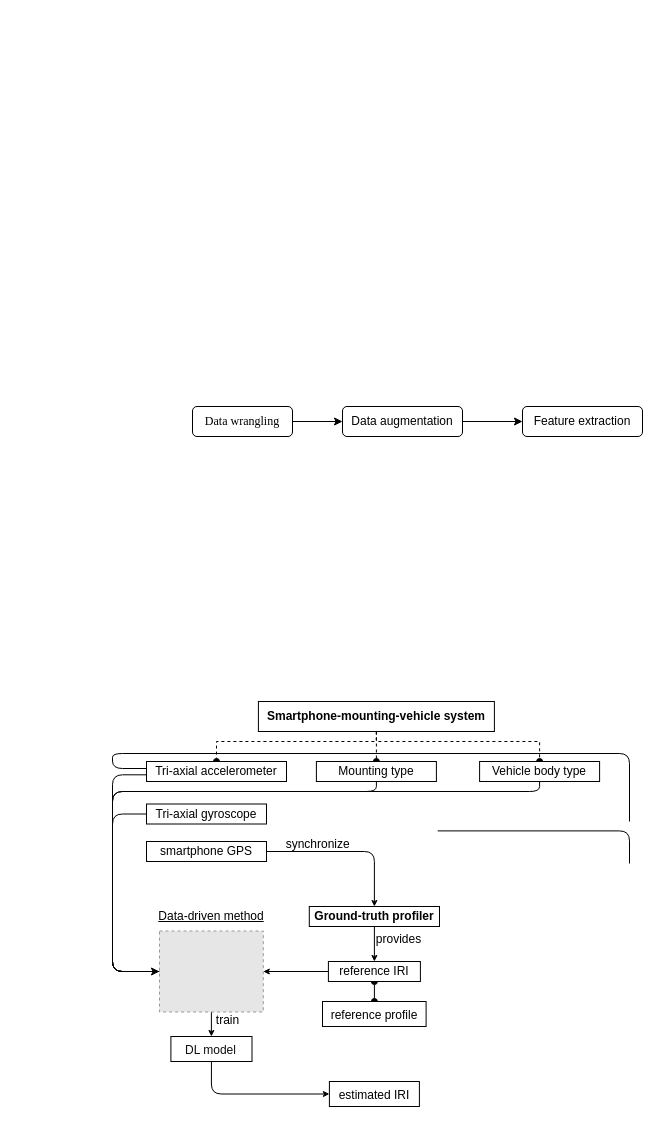
This is flowchart.drawio from qyu38/DL-paper, a draw.io file, before an edit. Source tidied: cells renumbered, new cells numbered last; positions are measured from the earlier drawing's top-left corner, leaving out a move shared by most shapes. Both pictures are drawn from the tidied source at 100%, with x=0, y=0 at pixel (112, 406). Pictures stored in the file or linked from it are replaced by grey dashed boxes.
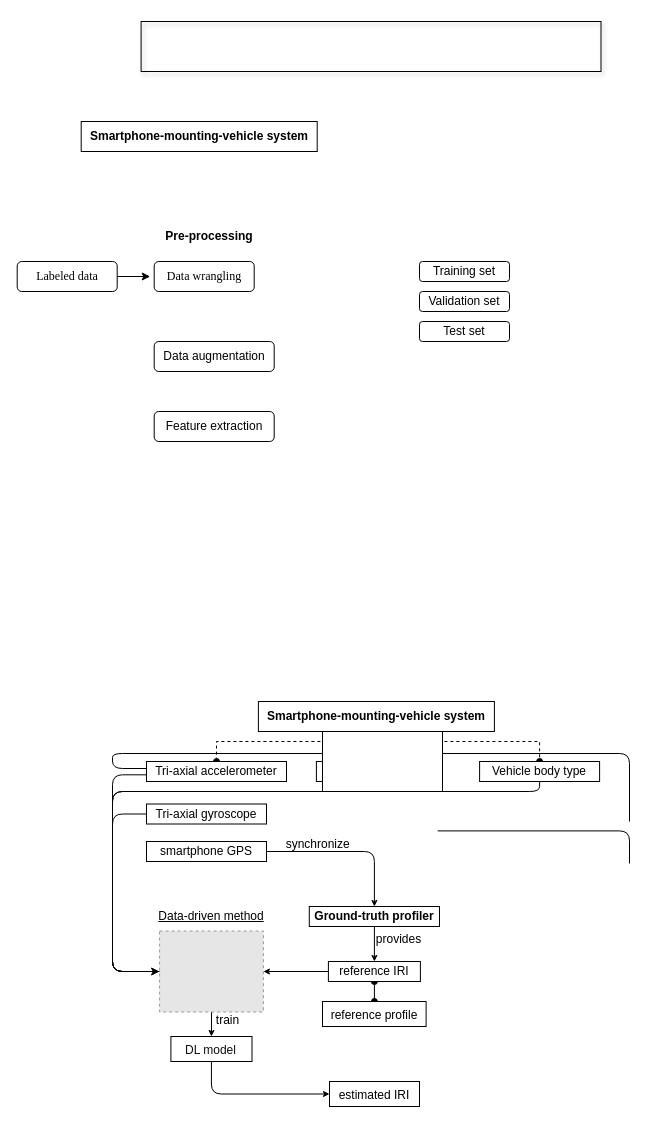
After the change.

Diff of the diagram source:
```diff
@@
-    <mxCell id="2" style="edgeStyle=orthogonalEdgeStyle;rounded=0;jettySize=auto;html=1;" parent="1" edge="1" source="3" target="5">
-      <mxGeometry relative="1" as="geometry" />
-    </mxCell>
+    <mxCell id="38" style="edgeStyle=orthogonalEdgeStyle;rounded=0;jettySize=auto;html=1;exitX=1;exitY=0.5;exitDx=0;exitDy=0;entryX=-0.04;entryY=0.492;entryDx=0;entryDy=0;entryPerimeter=0;" parent="1" edge="1" source="43" target="3">
+      <mxGeometry relative="1" as="geometry" />
+    </mxCell>
     <mxCell id="3" value="&lt;font face=&quot;Times New Roman&quot;&gt;Data wrangling&lt;/font&gt;" style="rounded=1;whiteSpace=wrap;html=1;" parent="1" vertex="1">
-      <mxGeometry x="80" width="100" height="30" as="geometry" />
+      <mxGeometry x="41.7" y="-145" width="100" height="30" as="geometry" />
     </mxCell>
-    <mxCell id="4" style="edgeStyle=orthogonalEdgeStyle;rounded=0;jettySize=auto;html=1;" parent="1" edge="1" source="5" target="6">
-      <mxGeometry relative="1" as="geometry" />
-    </mxCell>
     <mxCell id="5" value="Data augmentation" style="whiteSpace=wrap;html=1;rounded=1;" parent="1" vertex="1">
-      <mxGeometry x="230" width="120" height="30" as="geometry" />
+      <mxGeometry x="41.7" y="-65" width="120" height="30" as="geometry" />
     </mxCell>
     <mxCell id="6" value="Feature extraction" style="whiteSpace=wrap;html=1;rounded=1;" parent="1" vertex="1">
-      <mxGeometry x="410" width="120" height="30" as="geometry" />
+      <mxGeometry x="41.7" y="5" width="120" height="30" as="geometry" />
     </mxCell>
@@
     <mxCell id="25" value="Data-driven method" style="rounded=0;whiteSpace=wrap;html=1;strokeColor=none;fontStyle=4;opacity=0;" parent="1" vertex="1">
-      <mxGeometry x="33.9" y="495" width="130" height="30" as="geometry" />
+      <mxGeometry x="34" y="495" width="130" height="30" as="geometry" />
     </mxCell>
@@
     <mxCell id="27" style="fillColor=#E6E6E6;strokeColor=#999999;dashed=1;verticalLabelPosition=bottom;labelBackgroundColor=default;verticalAlign=top;fontColor=#E3E3E3;" parent="1" vertex="1">
-      <mxGeometry x="47" y="524.5" width="103.8" height="81" as="geometry" />
+      <mxGeometry x="47.1" y="524.5" width="103.8" height="81" as="geometry" />
     </mxCell>
@@
     <mxCell id="35" value="estimated IRI" style="whiteSpace=wrap;html=1;verticalAlign=top;labelBackgroundColor=default;" parent="1" vertex="1">
-      <mxGeometry x="216.9" y="675" width="90" height="25" as="geometry" />
+      <mxGeometry x="217" y="675" width="90" height="25" as="geometry" />
     </mxCell>
@@
+    <mxCell id="39" value="&lt;b&gt;Smartphone-mounting-vehicle system&lt;/b&gt;" style="rounded=0;whiteSpace=wrap;html=1;strokeColor=default;" parent="1" vertex="1">
+      <mxGeometry x="-31.3" y="-285" width="236" height="30" as="geometry" />
+    </mxCell>
+    <mxCell id="40" value="&lt;b&gt;Pre-processing&lt;/b&gt;" style="rounded=0;whiteSpace=wrap;html=1;strokeColor=none;fillColor=none;" parent="1" vertex="1">
+      <mxGeometry x="34.9" y="-185" width="123.8" height="30" as="geometry" />
+    </mxCell>
+    <mxCell id="41" style="rounded=0;whiteSpace=wrap;html=1;gradientColor=none;shadow=1;fillColor=none;" parent="1" vertex="1">
+      <mxGeometry x="28.6" y="-385" width="459.9" height="50" as="geometry" />
+    </mxCell>
+    <mxCell id="42" style="rounded=0;whiteSpace=wrap;html=1;" parent="1" vertex="1">
+      <mxGeometry x="210" y="325" width="120" height="60" as="geometry" />
+    </mxCell>
+    <mxCell id="43" value="&lt;font face=&quot;Times New Roman&quot;&gt;Labeled data&lt;/font&gt;" style="rounded=1;whiteSpace=wrap;html=1;" parent="1" vertex="1">
+      <mxGeometry x="-95.3" y="-145" width="100" height="30" as="geometry" />
+    </mxCell>
+    <mxCell id="44" value="Training set" style="whiteSpace=wrap;html=1;rounded=1;" parent="1" vertex="1">
+      <mxGeometry x="307" y="-145" width="90" height="20" as="geometry" />
+    </mxCell>
+    <mxCell id="45" value="Validation set" style="whiteSpace=wrap;html=1;rounded=1;" parent="1" vertex="1">
+      <mxGeometry x="307" y="-115" width="90" height="20" as="geometry" />
+    </mxCell>
+    <mxCell id="46" value="Test set" style="whiteSpace=wrap;html=1;rounded=1;" parent="1" vertex="1">
+      <mxGeometry x="307" y="-85" width="90" height="20" as="geometry" />
+    </mxCell>
```
